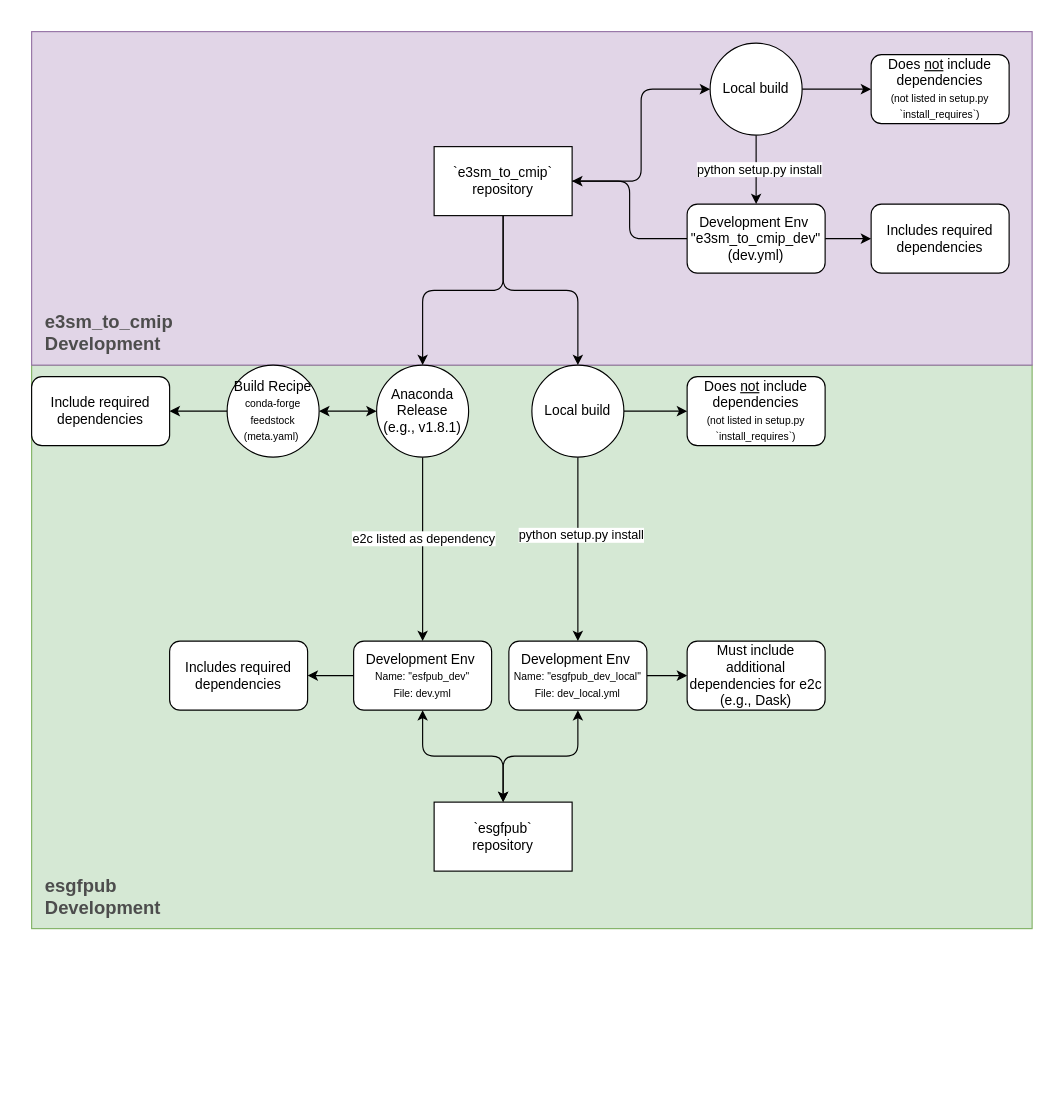
Earlier version of the draw.io diagram E3SM Publication/devops-flowchart.drawio (tomvothecoder/drawio). Source tidied: cells renumbered, new cells numbered last; positions are measured from the earlier drawing's top-left corner, leaving out a move shared by most shapes. Both pictures are drawn from the tidied source at 115%, with x=0, y=0 at pixel (31, 31).
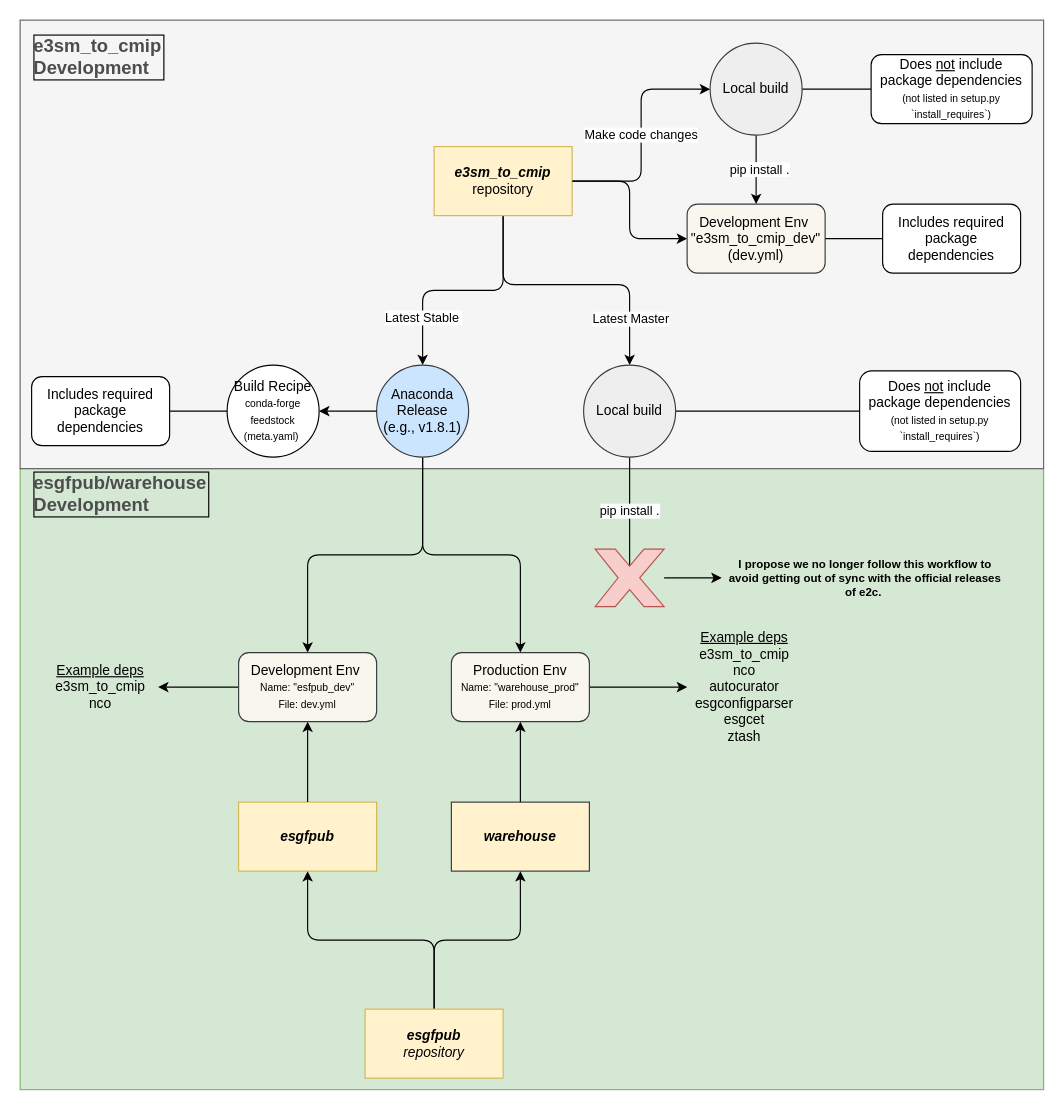
The same page after the edit.

Commit message:
Latest updates to E3SM Pub devops flowchart

Unchanged cells that the change refers to:
```xml
<mxCell id="4" style="edgeStyle=orthogonalEdgeStyle;html=1;" parent="1" edge="1" source="7" target="11">
  <mxGeometry relative="1" as="geometry" />
</mxCell>
<mxCell id="23" value="Build Recipe&lt;br&gt;&lt;font style=&quot;font-size: 9px&quot;&gt;conda-forge feedstock (meta.yaml)&amp;nbsp;&lt;/font&gt;" style="ellipse;whiteSpace=wrap;html=1;" parent="1" vertex="1">
  <mxGeometry x="170" y="290" width="80" height="80" as="geometry" />
</mxCell>
<mxCell id="33" style="edgeStyle=orthogonalEdgeStyle;html=1;startArrow=none;startFill=0;endArrow=classic;endFill=1;" parent="1" edge="1" source="36" target="18">
  <mxGeometry relative="1" as="geometry" />
</mxCell>
```

The edit, as a diff of the source:
```diff
@@
     <mxCell id="2" style="rounded=0;whiteSpace=wrap;html=1;fillColor=#d5e8d4;strokeColor=#82b366;" parent="1" vertex="1">
-      <mxGeometry y="290" width="870" height="490" as="geometry" />
+      <mxGeometry x="-10" y="380" width="890" height="540" as="geometry" />
     </mxCell>
-    <mxCell id="3" style="rounded=0;whiteSpace=wrap;html=1;fillColor=#e1d5e7;strokeColor=#9673a6;" parent="1" vertex="1">
-      <mxGeometry width="870" height="290" as="geometry" />
+    <mxCell id="3" style="rounded=0;whiteSpace=wrap;html=1;fillColor=#f5f5f5;strokeColor=#666666;fontColor=#333333;" parent="1" vertex="1">
+      <mxGeometry x="-10" y="-10" width="890" height="390" as="geometry" />
     </mxCell>
@@
+    <mxCell id="40" value="Latest Stable&amp;nbsp;" style="edgeLabel;html=1;align=center;verticalAlign=middle;" parent="4" vertex="1">
+      <mxGeometry x="0.58" relative="1" as="geometry" />
+    </mxCell>
     <mxCell id="5" style="edgeStyle=orthogonalEdgeStyle;html=1;startArrow=none;startFill=0;" parent="1" edge="1" source="7" target="15">
-      <mxGeometry relative="1" as="geometry" />
+      <mxGeometry relative="1" as="geometry">
+        <Array as="points">
+          <mxPoint x="410" y="220" />
+          <mxPoint x="520" y="220" />
+        </Array>
+      </mxGeometry>
     </mxCell>
+    <mxCell id="41" value="Latest Master" style="edgeLabel;html=1;align=center;verticalAlign=middle;" parent="5" vertex="1">
+      <mxGeometry x="0.51" y="1" relative="1" as="geometry">
+        <mxPoint x="-1" y="18" as="offset" />
+      </mxGeometry>
+    </mxCell>
-    <mxCell id="6" style="edgeStyle=orthogonalEdgeStyle;html=1;entryX=0;entryY=0.5;entryDx=0;entryDy=0;startArrow=none;startFill=0;endArrow=classic;endFill=1;" parent="1" edge="1" source="7" target="36">
+    <mxCell id="6" value="Make code changes" style="edgeStyle=orthogonalEdgeStyle;html=1;entryX=0;entryY=0.5;entryDx=0;entryDy=0;startArrow=none;startFill=0;endArrow=classic;endFill=1;" parent="1" edge="1" source="7" target="36">
       <mxGeometry relative="1" as="geometry" />
     </mxCell>
-    <mxCell id="7" value="`e3sm_to_cmip`&lt;br&gt;repository" style="rounded=0;whiteSpace=wrap;html=1;" parent="1" vertex="1">
+    <mxCell id="7" value="&lt;i&gt;&lt;b&gt;e3sm_to_cmip&lt;/b&gt;&lt;/i&gt;&lt;br&gt;repository" style="rounded=0;whiteSpace=wrap;html=1;fillColor=#fff2cc;strokeColor=#d6b656;" parent="1" vertex="1">
       <mxGeometry x="350" y="100" width="120" height="60" as="geometry" />
     </mxCell>
-    <mxCell id="8" value="`esgfpub`&lt;br&gt;repository" style="rounded=0;whiteSpace=wrap;html=1;" parent="1" vertex="1">
-      <mxGeometry x="350" y="670" width="120" height="60" as="geometry" />
+    <mxCell id="8" value="&lt;b&gt;&lt;i&gt;esgfpub&lt;/i&gt;&lt;/b&gt;" style="rounded=0;whiteSpace=wrap;html=1;fillColor=#fff2cc;strokeColor=#d6b656;" parent="1" vertex="1">
+      <mxGeometry x="180" y="670" width="120" height="60" as="geometry" />
     </mxCell>
-    <mxCell id="9" style="edgeStyle=orthogonalEdgeStyle;html=1;entryX=0.5;entryY=0;entryDx=0;entryDy=0;" parent="1" edge="1" source="11" target="21">
-      <mxGeometry relative="1" as="geometry">
-        <Array as="points">
-          <mxPoint x="340" y="520" />
-          <mxPoint x="340" y="520" />
-        </Array>
-      </mxGeometry>
+    <mxCell id="9" style="edgeStyle=orthogonalEdgeStyle;html=1;startArrow=none;startFill=0;endArrow=classic;endFill=1;" parent="1" edge="1" source="11" target="21">
+      <mxGeometry relative="1" as="geometry" />
     </mxCell>
-    <mxCell id="10" value="e2c listed as dependency" style="edgeLabel;html=1;align=center;verticalAlign=middle;" parent="9" vertex="1">
-      <mxGeometry x="0.29" relative="1" as="geometry">
-        <mxPoint y="-33" as="offset" />
-      </mxGeometry>
-    </mxCell>
+    <mxCell id="42" style="edgeStyle=orthogonalEdgeStyle;html=1;startArrow=none;startFill=0;endArrow=classic;endFill=1;" parent="1" edge="1" source="11" target="51">
+      <mxGeometry relative="1" as="geometry" />
+    </mxCell>
-    <mxCell id="11" value="Anaconda Release &lt;br&gt;(e.g., v1.8.1)" style="ellipse;whiteSpace=wrap;html=1;" parent="1" vertex="1">
+    <mxCell id="11" value="Anaconda Release &lt;br&gt;(e.g., v1.8.1)" style="ellipse;whiteSpace=wrap;html=1;fillColor=#cce5ff;strokeColor=#36393d;" parent="1" vertex="1">
       <mxGeometry x="300" y="290" width="80" height="80" as="geometry" />
     </mxCell>
-    <mxCell id="12" style="edgeStyle=orthogonalEdgeStyle;html=1;startArrow=none;startFill=0;" parent="1" edge="1" source="15" target="27">
+    <mxCell id="12" style="edgeStyle=orthogonalEdgeStyle;html=1;startArrow=none;startFill=0;endArrow=none;endFill=0;" parent="1" edge="1" source="15" target="27">
       <mxGeometry relative="1" as="geometry" />
     </mxCell>
-    <mxCell id="13" style="edgeStyle=orthogonalEdgeStyle;html=1;startArrow=none;startFill=0;" parent="1" edge="1" source="15" target="30">
-      <mxGeometry relative="1" as="geometry" />
-    </mxCell>
-    <mxCell id="14" value="python setup.py install" style="edgeLabel;html=1;align=center;verticalAlign=middle;" parent="13" vertex="1">
-      <mxGeometry x="-0.16" y="2" relative="1" as="geometry" />
-    </mxCell>
+    <mxCell id="43" value="pip install ." style="edgeStyle=orthogonalEdgeStyle;html=1;entryX=0.5;entryY=0.29;entryDx=0;entryDy=0;entryPerimeter=0;startArrow=none;startFill=0;endArrow=none;endFill=0;" parent="1" edge="1" source="15" target="47">
+      <mxGeometry relative="1" as="geometry" />
+    </mxCell>
-    <mxCell id="15" value="Local build" style="ellipse;whiteSpace=wrap;html=1;" parent="1" vertex="1">
-      <mxGeometry x="435" y="290" width="80" height="80" as="geometry" />
+    <mxCell id="15" value="Local build" style="ellipse;whiteSpace=wrap;html=1;fillColor=#eeeeee;strokeColor=#36393d;" parent="1" vertex="1">
+      <mxGeometry x="480" y="290" width="80" height="80" as="geometry" />
     </mxCell>
-    <mxCell id="16" style="edgeStyle=orthogonalEdgeStyle;html=1;startArrow=none;startFill=0;" parent="1" edge="1" source="18" target="26">
+    <mxCell id="16" style="edgeStyle=orthogonalEdgeStyle;html=1;startArrow=none;startFill=0;endArrow=none;endFill=0;" parent="1" edge="1" source="18" target="26">
       <mxGeometry relative="1" as="geometry" />
     </mxCell>
-    <mxCell id="17" style="edgeStyle=orthogonalEdgeStyle;html=1;entryX=1;entryY=0.5;entryDx=0;entryDy=0;startArrow=none;startFill=0;endArrow=classic;endFill=1;" parent="1" edge="1" source="18" target="7">
+    <mxCell id="17" style="edgeStyle=orthogonalEdgeStyle;html=1;entryX=1;entryY=0.5;entryDx=0;entryDy=0;startArrow=classic;startFill=1;endArrow=none;endFill=0;" parent="1" edge="1" source="18" target="7">
       <mxGeometry relative="1" as="geometry" />
     </mxCell>
-    <mxCell id="18" value="Development Env&amp;nbsp;&lt;br&gt;&quot;e3sm_to_cmip_dev&quot;&lt;br&gt;(dev.yml)" style="rounded=1;whiteSpace=wrap;html=1;" parent="1" vertex="1">
+    <mxCell id="18" value="Development Env&amp;nbsp;&lt;br&gt;&quot;e3sm_to_cmip_dev&quot;&lt;br&gt;(dev.yml)" style="rounded=1;whiteSpace=wrap;html=1;fillColor=#f9f7ed;strokeColor=#36393d;" parent="1" vertex="1">
       <mxGeometry x="570" y="150" width="120" height="60" as="geometry" />
     </mxCell>
-    <mxCell id="19" style="edgeStyle=orthogonalEdgeStyle;html=1;startArrow=classic;startFill=1;" parent="1" edge="1" source="21" target="8">
+    <mxCell id="19" style="edgeStyle=orthogonalEdgeStyle;html=1;startArrow=classic;startFill=1;entryX=0.5;entryY=0;entryDx=0;entryDy=0;endArrow=none;endFill=0;" parent="1" edge="1" source="21" target="8">
       <mxGeometry relative="1" as="geometry" />
     </mxCell>
-    <mxCell id="20" style="edgeStyle=orthogonalEdgeStyle;html=1;startArrow=none;startFill=0;" parent="1" edge="1" source="21" target="32">
-      <mxGeometry relative="1" as="geometry" />
-    </mxCell>
+    <mxCell id="44" style="edgeStyle=orthogonalEdgeStyle;html=1;startArrow=none;startFill=0;endArrow=classic;endFill=1;" parent="1" edge="1" source="21" target="56">
+      <mxGeometry relative="1" as="geometry" />
+    </mxCell>
-    <mxCell id="21" value="Development Env&amp;nbsp;&lt;br&gt;&lt;font style=&quot;font-size: 9px&quot;&gt;Name: &quot;esfpub_dev&quot;&lt;br&gt;File: dev.yml&lt;/font&gt;" style="rounded=1;whiteSpace=wrap;html=1;" parent="1" vertex="1">
-      <mxGeometry x="280" y="530" width="120" height="60" as="geometry" />
+    <mxCell id="21" value="Development Env&amp;nbsp;&lt;br&gt;&lt;font style=&quot;font-size: 9px&quot;&gt;Name: &quot;esfpub_dev&quot;&lt;br&gt;File: dev.yml&lt;/font&gt;" style="rounded=1;whiteSpace=wrap;html=1;fillColor=#f9f7ed;strokeColor=#36393d;" parent="1" vertex="1">
+      <mxGeometry x="180" y="540" width="120" height="60" as="geometry" />
     </mxCell>
-    <mxCell id="22" style="edgeStyle=orthogonalEdgeStyle;html=1;startArrow=classic;startFill=1;" parent="1" edge="1" source="23" target="11">
+    <mxCell id="22" style="edgeStyle=orthogonalEdgeStyle;html=1;startArrow=classic;startFill=1;endArrow=none;endFill=0;" parent="1" edge="1" source="23" target="11">
       <mxGeometry relative="1" as="geometry" />
     </mxCell>
@@
-    <mxCell id="24" style="edgeStyle=orthogonalEdgeStyle;html=1;entryX=0;entryY=0.5;entryDx=0;entryDy=0;startArrow=classic;startFill=1;endArrow=none;endFill=0;" parent="1" edge="1" source="25" target="23">
+    <mxCell id="24" style="edgeStyle=orthogonalEdgeStyle;html=1;entryX=0;entryY=0.5;entryDx=0;entryDy=0;startArrow=none;startFill=0;endArrow=none;endFill=0;" parent="1" edge="1" source="25" target="23">
       <mxGeometry relative="1" as="geometry" />
     </mxCell>
-    <mxCell id="25" value="Include required dependencies" style="rounded=1;whiteSpace=wrap;html=1;" parent="1" vertex="1">
+    <mxCell id="25" value="Includes required package dependencies" style="rounded=1;whiteSpace=wrap;html=1;" parent="1" vertex="1">
       <mxGeometry y="300" width="120" height="60" as="geometry" />
     </mxCell>
-    <mxCell id="26" value="Includes required dependencies" style="rounded=1;whiteSpace=wrap;html=1;" parent="1" vertex="1">
-      <mxGeometry x="730" y="150" width="120" height="60" as="geometry" />
+    <mxCell id="26" value="Includes required package dependencies" style="rounded=1;whiteSpace=wrap;html=1;" parent="1" vertex="1">
+      <mxGeometry x="740" y="150" width="120" height="60" as="geometry" />
     </mxCell>
-    <mxCell id="27" value="Does &lt;u&gt;not&lt;/u&gt; include dependencies &lt;br&gt;&lt;font style=&quot;font-size: 9px&quot;&gt;(not listed in setup.py `install_requires`)&lt;/font&gt;" style="rounded=1;whiteSpace=wrap;html=1;" parent="1" vertex="1">
-      <mxGeometry x="570" y="300" width="120" height="60" as="geometry" />
+    <mxCell id="27" value="Does &lt;u&gt;not&lt;/u&gt; include package dependencies &lt;br&gt;&lt;font style=&quot;font-size: 9px&quot;&gt;(not listed in setup.py `install_requires`)&lt;/font&gt;" style="rounded=1;whiteSpace=wrap;html=1;" parent="1" vertex="1">
+      <mxGeometry x="720" y="295" width="140" height="70" as="geometry" />
     </mxCell>
-    <mxCell id="28" style="edgeStyle=orthogonalEdgeStyle;html=1;entryX=0.5;entryY=0;entryDx=0;entryDy=0;startArrow=classic;startFill=1;" parent="1" edge="1" source="30" target="8">
-      <mxGeometry relative="1" as="geometry" />
-    </mxCell>
-    <mxCell id="29" style="edgeStyle=orthogonalEdgeStyle;html=1;entryX=0;entryY=0.5;entryDx=0;entryDy=0;startArrow=none;startFill=0;" parent="1" edge="1" source="30" target="31">
-      <mxGeometry relative="1" as="geometry" />
-    </mxCell>
-    <mxCell id="30" value="Development Env&amp;nbsp;&lt;br&gt;&lt;font style=&quot;font-size: 9px&quot;&gt;Name: &quot;esgfpub_dev_local&quot;&lt;br&gt;File: dev_local.yml&lt;/font&gt;" style="rounded=1;whiteSpace=wrap;html=1;" parent="1" vertex="1">
-      <mxGeometry x="415" y="530" width="120" height="60" as="geometry" />
-    </mxCell>
-    <mxCell id="31" value="Must include additional dependencies for e2c (e.g., Dask)" style="rounded=1;whiteSpace=wrap;html=1;" parent="1" vertex="1">
-      <mxGeometry x="570" y="530" width="120" height="60" as="geometry" />
-    </mxCell>
-    <mxCell id="32" value="Includes required dependencies" style="rounded=1;whiteSpace=wrap;html=1;" parent="1" vertex="1">
-      <mxGeometry x="120" y="530" width="120" height="60" as="geometry" />
-    </mxCell>
@@
-    <mxCell id="34" value="python setup.py install" style="edgeLabel;html=1;align=center;verticalAlign=middle;" parent="33" vertex="1">
+    <mxCell id="34" value="pip install ." style="edgeLabel;html=1;align=center;verticalAlign=middle;" parent="33" vertex="1">
       <mxGeometry x="-0.04" y="2" relative="1" as="geometry" />
     </mxCell>
-    <mxCell id="35" style="edgeStyle=orthogonalEdgeStyle;html=1;startArrow=none;startFill=0;endArrow=classic;endFill=1;" parent="1" edge="1" source="36" target="39">
+    <mxCell id="35" style="edgeStyle=orthogonalEdgeStyle;html=1;startArrow=none;startFill=0;endArrow=none;endFill=0;" parent="1" edge="1" source="36" target="39">
       <mxGeometry relative="1" as="geometry" />
     </mxCell>
-    <mxCell id="36" value="Local build" style="ellipse;whiteSpace=wrap;html=1;" parent="1" vertex="1">
+    <mxCell id="36" value="Local build" style="ellipse;whiteSpace=wrap;html=1;fillColor=#eeeeee;strokeColor=#36393d;" parent="1" vertex="1">
       <mxGeometry x="590" y="10" width="80" height="80" as="geometry" />
     </mxCell>
-    <mxCell id="37" value="e3sm_to_cmip&#10;Development" style="align=left;fontSize=16;fontStyle=1;strokeColor=none;fillColor=none;fontColor=#4D4D4D;spacingTop=-8;" parent="1" vertex="1">
-      <mxGeometry x="10" y="250" width="180" height="30" as="geometry" />
+    <mxCell id="37" value="e3sm_to_cmip&#10;Development" style="align=left;fontSize=16;fontStyle=1;strokeColor=none;fillColor=none;fontColor=#4D4D4D;spacingTop=-8;labelBorderColor=default;" parent="1" vertex="1">
+      <mxGeometry y="10" width="180" height="30" as="geometry" />
     </mxCell>
-    <mxCell id="38" value="esgfpub &#10;Development" style="align=left;fontSize=16;fontStyle=1;strokeColor=none;fillColor=none;fontColor=#4D4D4D;spacingTop=-8;" parent="1" vertex="1">
-      <mxGeometry x="10" y="740" width="180" height="30" as="geometry" />
+    <mxCell id="38" value="esgfpub/warehouse&#10;Development" style="align=left;fontSize=16;fontStyle=1;strokeColor=none;fillColor=none;fontColor=#4D4D4D;spacingTop=-8;labelBackgroundColor=none;labelBorderColor=default;" parent="1" vertex="1">
+      <mxGeometry y="390" width="180" height="30" as="geometry" />
     </mxCell>
-    <mxCell id="39" value="Does &lt;u&gt;not&lt;/u&gt; include dependencies &lt;br&gt;&lt;font style=&quot;font-size: 9px&quot;&gt;(not listed in setup.py `install_requires`)&lt;/font&gt;" style="rounded=1;whiteSpace=wrap;html=1;" parent="1" vertex="1">
-      <mxGeometry x="730" y="20" width="120" height="60" as="geometry" />
+    <mxCell id="39" value="Does &lt;u&gt;not&lt;/u&gt; include package dependencies &lt;br&gt;&lt;font style=&quot;font-size: 9px&quot;&gt;(not listed in setup.py `install_requires`)&lt;/font&gt;" style="rounded=1;whiteSpace=wrap;html=1;" parent="1" vertex="1">
+      <mxGeometry x="730" y="20" width="140" height="60" as="geometry" />
     </mxCell>
+    <mxCell id="45" value="&lt;i&gt;&lt;b&gt;warehouse&lt;/b&gt;&lt;/i&gt;" style="rounded=0;whiteSpace=wrap;html=1;fillColor=#FFF2CC;strokeColor=#36393d;" parent="1" vertex="1">
+      <mxGeometry x="365" y="670" width="120" height="60" as="geometry" />
+    </mxCell>
+    <mxCell id="46" style="edgeStyle=none;html=1;entryX=0;entryY=0.5;entryDx=0;entryDy=0;" parent="1" edge="1" source="47" target="48">
+      <mxGeometry relative="1" as="geometry" />
+    </mxCell>
+    <mxCell id="47" style="verticalLabelPosition=bottom;verticalAlign=top;html=1;shape=mxgraph.basic.x;fillColor=#f8cecc;strokeColor=#b85450;" parent="1" vertex="1">
+      <mxGeometry x="490" y="450" width="60" height="50" as="geometry" />
+    </mxCell>
+    <mxCell id="48" value="&lt;span style=&quot;&quot;&gt;I propose we no longer follow this workflow to avoid getting out of sync with the official releases of e2c.&amp;nbsp;&lt;/span&gt;" style="text;html=1;align=center;verticalAlign=middle;whiteSpace=wrap;rounded=0;labelBackgroundColor=none;fontSize=10;fontStyle=1;" parent="1" vertex="1">
+      <mxGeometry x="600" y="470" width="250" height="10" as="geometry" />
+    </mxCell>
+    <mxCell id="49" style="edgeStyle=orthogonalEdgeStyle;html=1;entryX=0.5;entryY=0;entryDx=0;entryDy=0;startArrow=classic;startFill=1;endArrow=none;endFill=0;" parent="1" edge="1" source="51" target="45">
+      <mxGeometry relative="1" as="geometry" />
+    </mxCell>
+    <mxCell id="50" style="edgeStyle=orthogonalEdgeStyle;html=1;entryX=0;entryY=0.5;entryDx=0;entryDy=0;startArrow=none;startFill=0;endArrow=classic;endFill=1;" parent="1" edge="1" source="51" target="55">
+      <mxGeometry relative="1" as="geometry" />
+    </mxCell>
+    <mxCell id="51" value="Production Env&lt;br&gt;&lt;font style=&quot;font-size: 9px&quot;&gt;Name: &quot;warehouse_prod&quot;&lt;br&gt;File: prod.yml&lt;/font&gt;" style="rounded=1;whiteSpace=wrap;html=1;fillColor=#f9f7ed;strokeColor=#36393d;" parent="1" vertex="1">
+      <mxGeometry x="365" y="540" width="120" height="60" as="geometry" />
+    </mxCell>
+    <mxCell id="52" style="edgeStyle=orthogonalEdgeStyle;html=1;startArrow=none;startFill=0;endArrow=classic;endFill=1;" parent="1" edge="1" source="54" target="8">
+      <mxGeometry relative="1" as="geometry" />
+    </mxCell>
+    <mxCell id="53" style="edgeStyle=orthogonalEdgeStyle;html=1;exitX=0.5;exitY=0;exitDx=0;exitDy=0;startArrow=none;startFill=0;endArrow=classic;endFill=1;" parent="1" edge="1" source="54" target="45">
+      <mxGeometry relative="1" as="geometry" />
+    </mxCell>
+    <mxCell id="54" value="&lt;i&gt;&lt;b&gt;esgfpub&lt;/b&gt;&lt;br&gt;repository&lt;br&gt;&lt;/i&gt;" style="rounded=0;whiteSpace=wrap;html=1;fillColor=#fff2cc;strokeColor=#d6b656;" parent="1" vertex="1">
+      <mxGeometry x="290" y="850" width="120" height="60" as="geometry" />
+    </mxCell>
+    <mxCell id="55" value="&lt;u&gt;Example deps&lt;/u&gt;&lt;br&gt;e3sm_to_cmip&lt;br&gt;nco&lt;br&gt;autocurator&lt;br&gt;esgconfigparser&lt;br&gt;esgcet&lt;br&gt;ztash" style="text;html=1;strokeColor=none;fillColor=none;align=center;verticalAlign=middle;whiteSpace=wrap;rounded=0;" parent="1" vertex="1">
+      <mxGeometry x="570" y="517.5" width="100" height="105" as="geometry" />
+    </mxCell>
+    <mxCell id="56" value="&lt;u&gt;Example deps&lt;/u&gt;&lt;br&gt;e3sm_to_cmip&lt;br&gt;nco" style="text;html=1;strokeColor=none;fillColor=none;align=center;verticalAlign=middle;whiteSpace=wrap;rounded=0;" parent="1" vertex="1">
+      <mxGeometry x="10" y="542.5" width="100" height="55" as="geometry" />
+    </mxCell>
```
